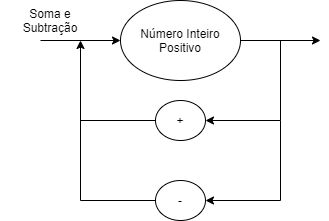
Before: Diagrama_Sintatico.png, a diagram exported from draw.io (FelippeTeracini/Compilador_linguagem_julia). Source tidied: cells renumbered, new cells last; positions are measured from the earlier drawing's top-left corner, leaving out a move shared by most shapes.
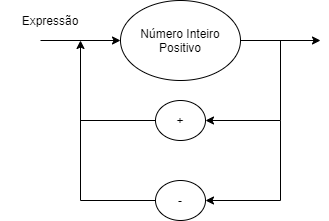
Later version of the same file.

Commit message:
Diagrama corrigido

Diff of the diagram source:
```diff
@@ -60,7 +60,7 @@
         <mxPoint x="80" y="200" as="targetPoint" />
       </mxGeometry>
     </mxCell>
-    <mxCell id="14" value="Soma e Subtração" style="text;html=1;strokeColor=none;fillColor=none;align=center;verticalAlign=middle;whiteSpace=wrap;rounded=0;" parent="1" vertex="1">
+    <mxCell id="14" value="Expressão" style="text;html=1;strokeColor=none;fillColor=none;align=center;verticalAlign=middle;whiteSpace=wrap;rounded=0;" parent="1" vertex="1">
       <mxGeometry y="10" width="100" height="20" as="geometry" />
     </mxCell>
   </root>
```
